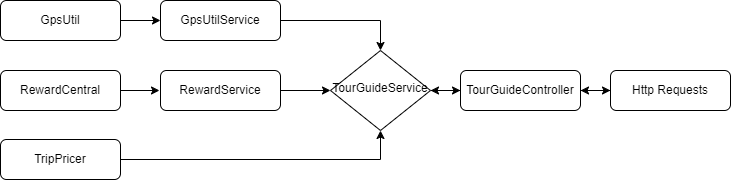
simoncourtecuisse/TourGuide keeps this draw.io diagram as src/Diagramme sans nom.drawio.png. Above is the earlier version. Source tidied: cells renumbered, new cells last; positions are measured from the earlier drawing's top-left corner, leaving out a move shared by most shapes.
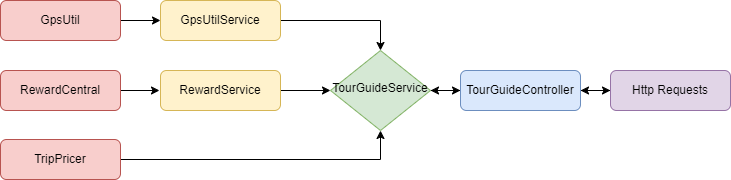
Above is the later version.

Commit message:
Mettre à jour Diagramme sans nom.drawio.png

Diff of the diagram source:
```diff
@@ -5,7 +5,7 @@
     <mxCell id="2" style="edgeStyle=orthogonalEdgeStyle;rounded=0;jettySize=auto;html=1;" parent="1" edge="1" source="3" target="18">
       <mxGeometry relative="1" as="geometry" />
     </mxCell>
-    <mxCell id="3" value="GpsUtil" style="rounded=1;whiteSpace=wrap;html=1;fontSize=12;glass=0;strokeWidth=1;shadow=0;" parent="1" vertex="1">
+    <mxCell id="3" value="GpsUtil" style="rounded=1;whiteSpace=wrap;html=1;fontSize=12;glass=0;strokeWidth=1;shadow=0;fillColor=#f8cecc;strokeColor=#b85450;" parent="1" vertex="1">
       <mxGeometry width="120" height="40" as="geometry" />
     </mxCell>
     <mxCell id="4" style="edgeStyle=orthogonalEdgeStyle;rounded=0;jettySize=auto;html=1;" parent="1" edge="1" source="6" target="14">
@@ -14,7 +14,7 @@
     <mxCell id="5" style="edgeStyle=orthogonalEdgeStyle;rounded=0;jettySize=auto;html=1;" parent="1" edge="1" source="6" target="16">
       <mxGeometry relative="1" as="geometry" />
     </mxCell>
-    <mxCell id="6" value="TourGuideController" style="rounded=1;whiteSpace=wrap;html=1;fontSize=12;glass=0;strokeWidth=1;shadow=0;" parent="1" vertex="1">
+    <mxCell id="6" value="TourGuideController" style="rounded=1;whiteSpace=wrap;html=1;fontSize=12;glass=0;strokeWidth=1;shadow=0;fillColor=#dae8fc;strokeColor=#6c8ebf;" parent="1" vertex="1">
       <mxGeometry x="460" y="70" width="120" height="40" as="geometry" />
     </mxCell>
     <mxCell id="7" style="edgeStyle=orthogonalEdgeStyle;rounded=0;orthogonalLoop=1;jettySize=auto;html=1;" parent="1" edge="1">
@@ -26,34 +26,34 @@
     <mxCell id="8" style="edgeStyle=orthogonalEdgeStyle;rounded=0;jettySize=auto;html=1;" parent="1" edge="1" source="9" target="16">
       <mxGeometry relative="1" as="geometry" />
     </mxCell>
-    <mxCell id="9" value="RewardService" style="rounded=1;whiteSpace=wrap;html=1;fontSize=12;glass=0;strokeWidth=1;shadow=0;" parent="1" vertex="1">
+    <mxCell id="9" value="RewardService" style="rounded=1;whiteSpace=wrap;html=1;fontSize=12;glass=0;strokeWidth=1;shadow=0;fillColor=#fff2cc;strokeColor=#d6b656;" parent="1" vertex="1">
       <mxGeometry x="160" y="70" width="120" height="40" as="geometry" />
     </mxCell>
-    <mxCell id="10" value="RewardCentral" style="rounded=1;whiteSpace=wrap;html=1;fontSize=12;glass=0;strokeWidth=1;shadow=0;" parent="1" vertex="1">
+    <mxCell id="10" value="RewardCentral" style="rounded=1;whiteSpace=wrap;html=1;fontSize=12;glass=0;strokeWidth=1;shadow=0;fillColor=#f8cecc;strokeColor=#b85450;" parent="1" vertex="1">
       <mxGeometry y="70" width="120" height="40" as="geometry" />
     </mxCell>
     <mxCell id="11" style="edgeStyle=orthogonalEdgeStyle;rounded=0;jettySize=auto;html=1;entryX=0.5;entryY=1;entryDx=0;entryDy=0;" parent="1" edge="1" source="12" target="16">
       <mxGeometry relative="1" as="geometry" />
     </mxCell>
-    <mxCell id="12" value="TripPricer" style="rounded=1;whiteSpace=wrap;html=1;fontSize=12;glass=0;strokeWidth=1;shadow=0;" parent="1" vertex="1">
+    <mxCell id="12" value="TripPricer" style="rounded=1;whiteSpace=wrap;html=1;fontSize=12;glass=0;strokeWidth=1;shadow=0;fillColor=#f8cecc;strokeColor=#b85450;" parent="1" vertex="1">
       <mxGeometry y="139" width="120" height="40" as="geometry" />
     </mxCell>
     <mxCell id="13" style="edgeStyle=orthogonalEdgeStyle;rounded=0;jettySize=auto;html=1;" parent="1" edge="1" source="14" target="6">
       <mxGeometry relative="1" as="geometry" />
     </mxCell>
-    <mxCell id="14" value="Http Requests" style="rounded=1;whiteSpace=wrap;html=1;fontSize=12;glass=0;strokeWidth=1;shadow=0;" parent="1" vertex="1">
+    <mxCell id="14" value="Http Requests" style="rounded=1;whiteSpace=wrap;html=1;fontSize=12;glass=0;strokeWidth=1;shadow=0;fillColor=#e1d5e7;strokeColor=#9673a6;" parent="1" vertex="1">
       <mxGeometry x="610" y="70" width="120" height="40" as="geometry" />
     </mxCell>
     <mxCell id="15" style="edgeStyle=orthogonalEdgeStyle;rounded=0;jettySize=auto;html=1;" parent="1" edge="1" source="16" target="6">
       <mxGeometry relative="1" as="geometry" />
     </mxCell>
-    <mxCell id="16" value="TourGuideService" style="rhombus;whiteSpace=wrap;html=1;shadow=0;fontFamily=Helvetica;fontSize=12;align=center;strokeWidth=1;spacing=6;spacingTop=-4;" parent="1" vertex="1">
+    <mxCell id="16" value="TourGuideService" style="rhombus;whiteSpace=wrap;html=1;shadow=0;fontFamily=Helvetica;fontSize=12;align=center;strokeWidth=1;spacing=6;spacingTop=-4;fillColor=#d5e8d4;strokeColor=#82b366;" parent="1" vertex="1">
       <mxGeometry x="330" y="50" width="100" height="80" as="geometry" />
     </mxCell>
     <mxCell id="17" style="edgeStyle=orthogonalEdgeStyle;rounded=0;jettySize=auto;html=1;" parent="1" edge="1" source="18" target="16">
       <mxGeometry relative="1" as="geometry" />
     </mxCell>
-    <mxCell id="18" value="GpsUtilService" style="rounded=1;whiteSpace=wrap;html=1;fontSize=12;glass=0;strokeWidth=1;shadow=0;" parent="1" vertex="1">
+    <mxCell id="18" value="GpsUtilService" style="rounded=1;whiteSpace=wrap;html=1;fontSize=12;glass=0;strokeWidth=1;shadow=0;fillColor=#fff2cc;strokeColor=#d6b656;" parent="1" vertex="1">
       <mxGeometry x="160" width="120" height="40" as="geometry" />
     </mxCell>
   </root>
```
